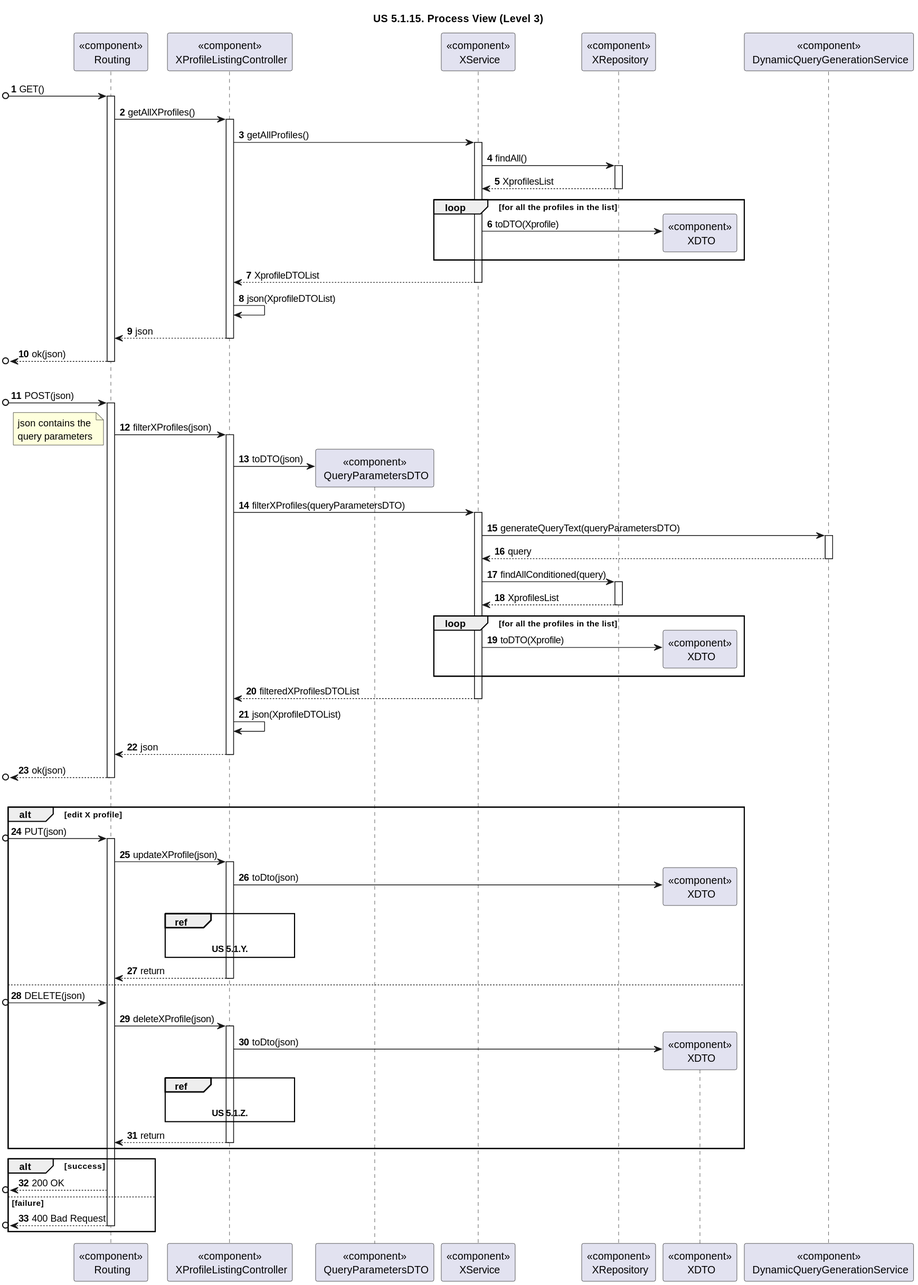
Before: docs/sprint-1/1220683/general-process-view-diagrams/listing-profiles/Level-3/listing-profile-us-process-view-lvl3.svg, a diagram exported from PlantUML (rita-barbosa/LAPR5-2425).
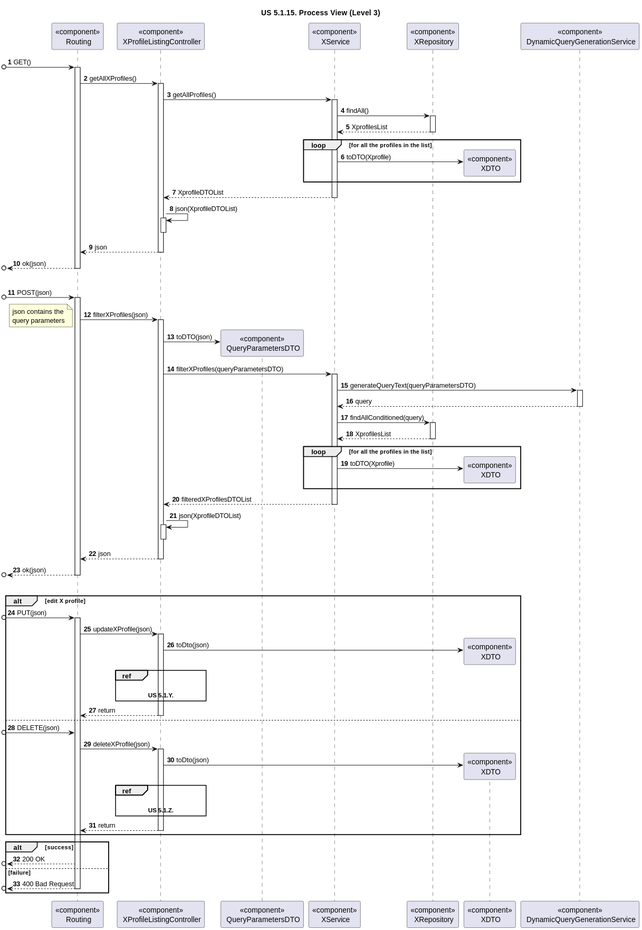
After the commit.

Commit message:
DG38-188 | docs: diagrams corrections

Diff of the diagram source:
```diff
@@ -40,6 +40,8 @@
 deactivate XServ
 
 CONTROL -> CONTROL : json(XprofileDTOList)
+activate CONTROL
+deactivate CONTROL
 
 CONTROL --> ROUTE : json
 deactivate CONTROL
@@ -85,6 +87,8 @@
 deactivate XServ
 
 CONTROL -> CONTROL : json(XprofileDTOList)
+activate CONTROL
+deactivate CONTROL
 
 CONTROL --> ROUTE : json
 deactivate CONTROL
```
